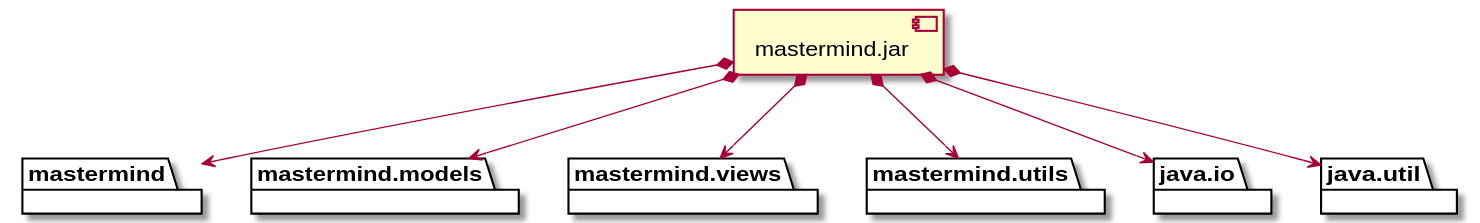
This is documentView/console/docs/diagrams/out/vistas/desarrollo_implementacion.svg from SantaTecla-mastermind/solution.java.swing.socket.sql, a PlantUML export, as it was before one commit.
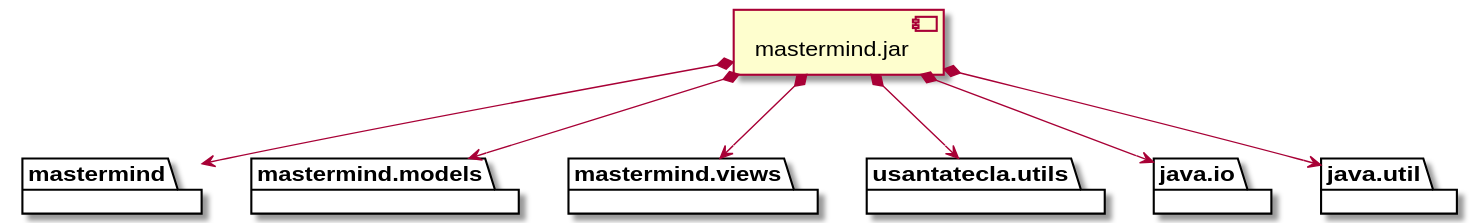
Above is the later version.

What changed in the source:
```diff
@@ -5,7 +5,7 @@
 }
 package "  "  as mastermind.views {
 }
-package "  "  as mastermind.utils {
+package "  "  as usantatecla.utils {
 }
 package "  "  as java.io {
 }
@@ -17,7 +17,7 @@
 jar *--> mastermind
 jar *--> mastermind.models
 jar *--> mastermind.views
-jar *--> mastermind.utils
+jar *--> usantatecla.utils
 jar *--> java.io
 jar *--> java.util
 @enduml
```
